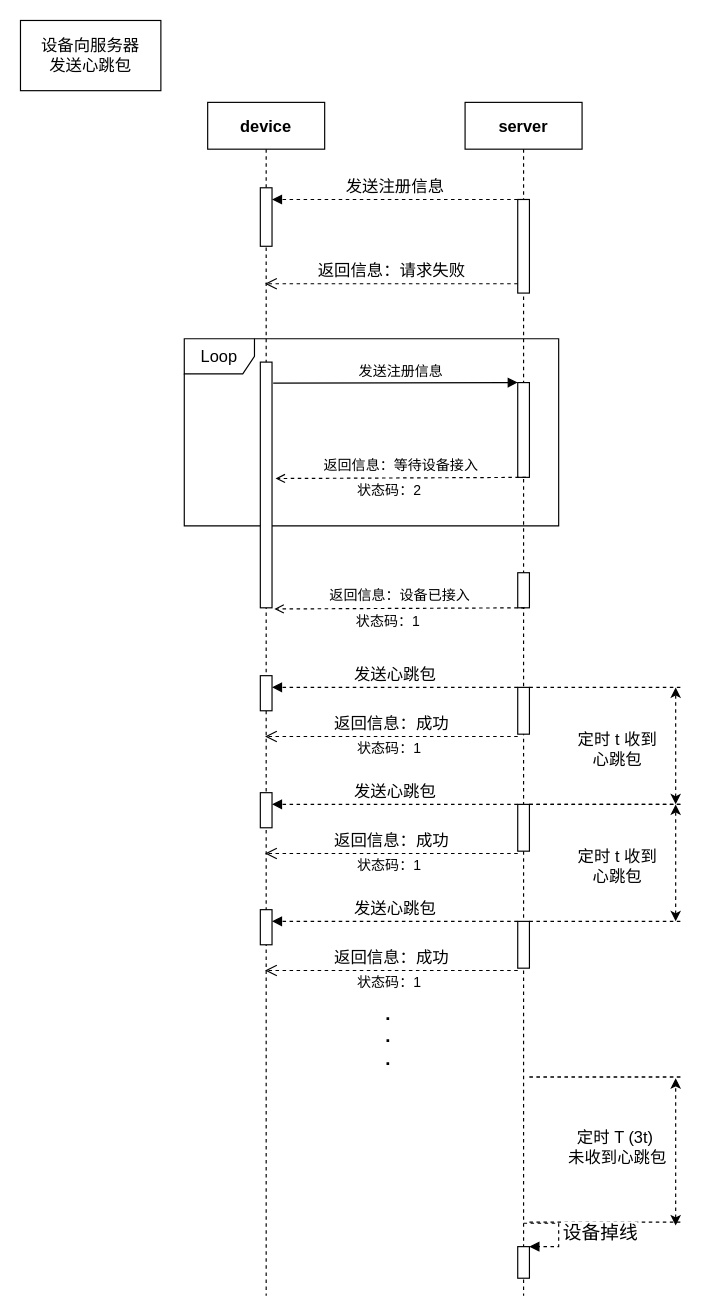
Earlier version of the draw.io diagram HeartBeat.drawio (Ltuzhi/diagrams). Source tidied: cells renumbered, new cells numbered last; positions are measured from the earlier drawing's top-left corner, leaving out a move shared by most shapes. Both pictures are drawn from the tidied source at 117%, with x=0, y=0 at pixel (20, 20).
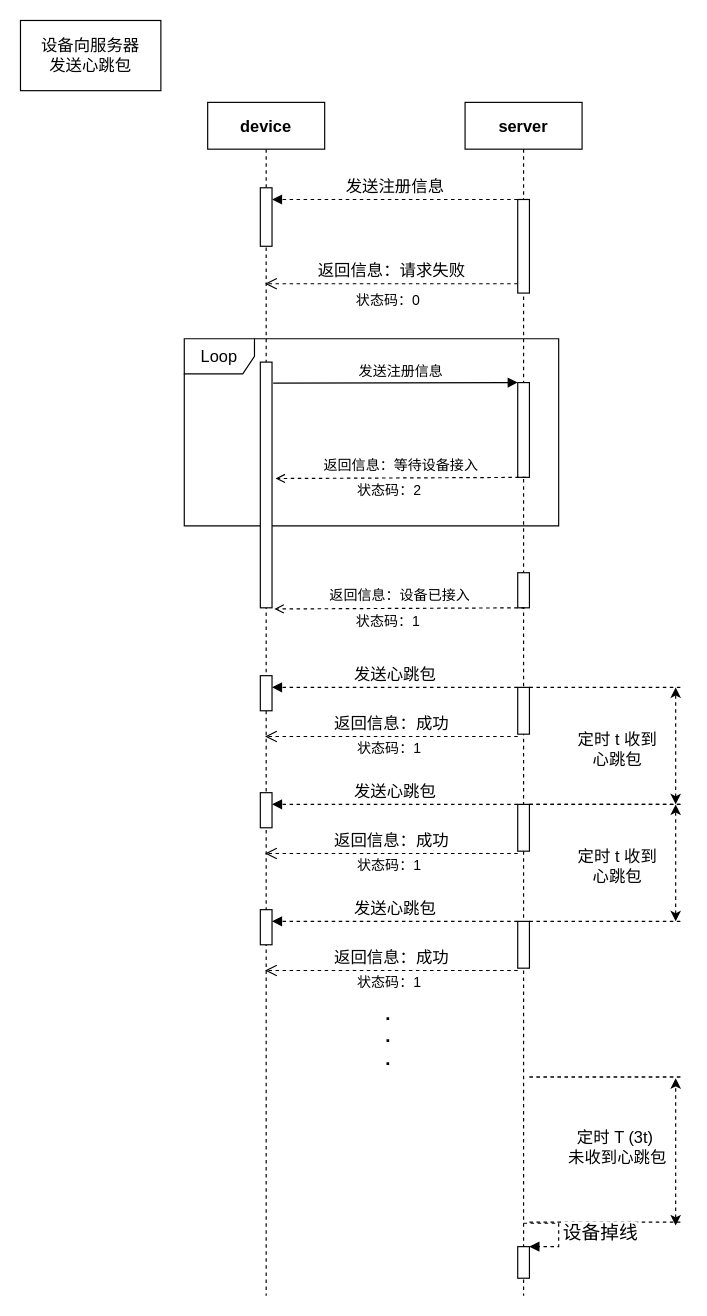
The same page after the edit.

Change to the diagram source:
```diff
@@
+    <mxCell id="52" value="状态码：0" style="text;html=1;align=center;verticalAlign=middle;strokeColor=none;" parent="1" vertex="1">
+      <mxGeometry x="279" y="230" width="70" height="20" as="geometry" />
+    </mxCell>
```
